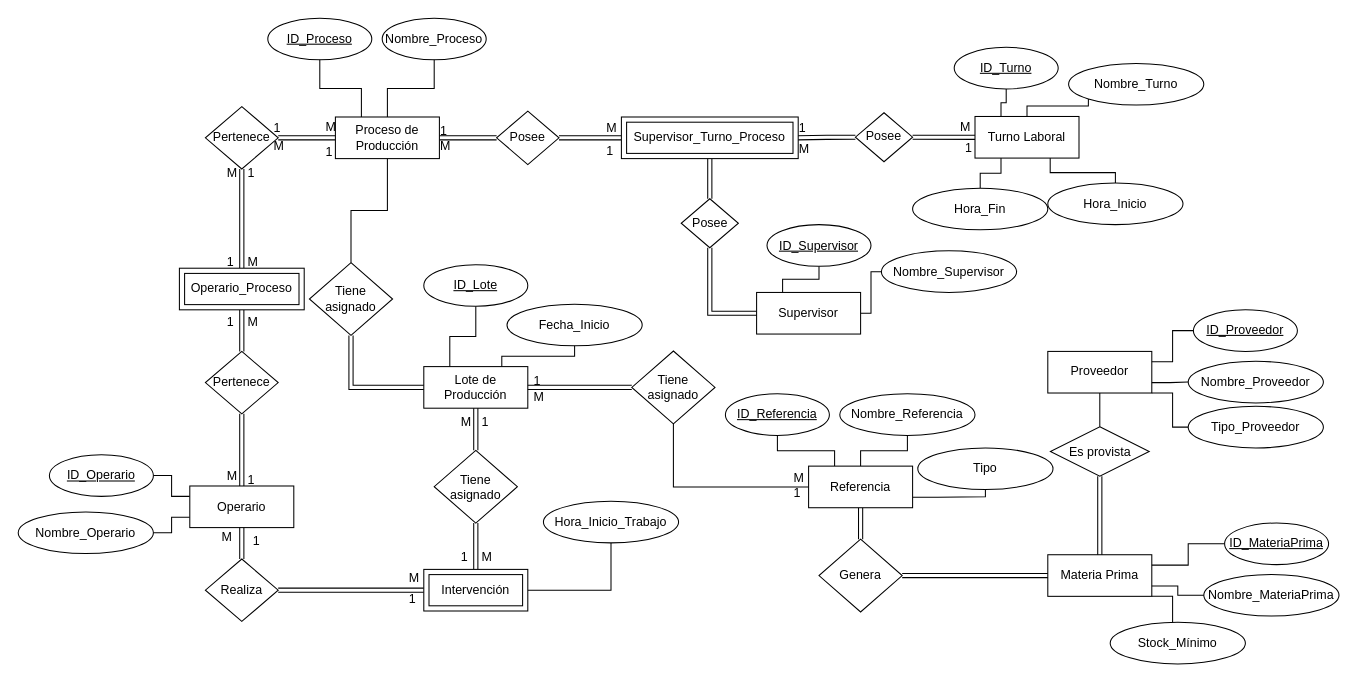
The draw.io diagram page "Modelo Entidad Relación (Conceptual)" (1 of 3) of Caso de estudio Pepitas S.A/Pepitas S.A.drawio in jcagudelo12/DB_Administration, before the edit. Source tidied: cells renumbered, new cells numbered last; positions are measured from the earlier drawing's top-left corner, leaving out a move shared by most shapes. Both pictures are drawn from the tidied source at 104%, with x=0, y=0 at pixel (18, 18).
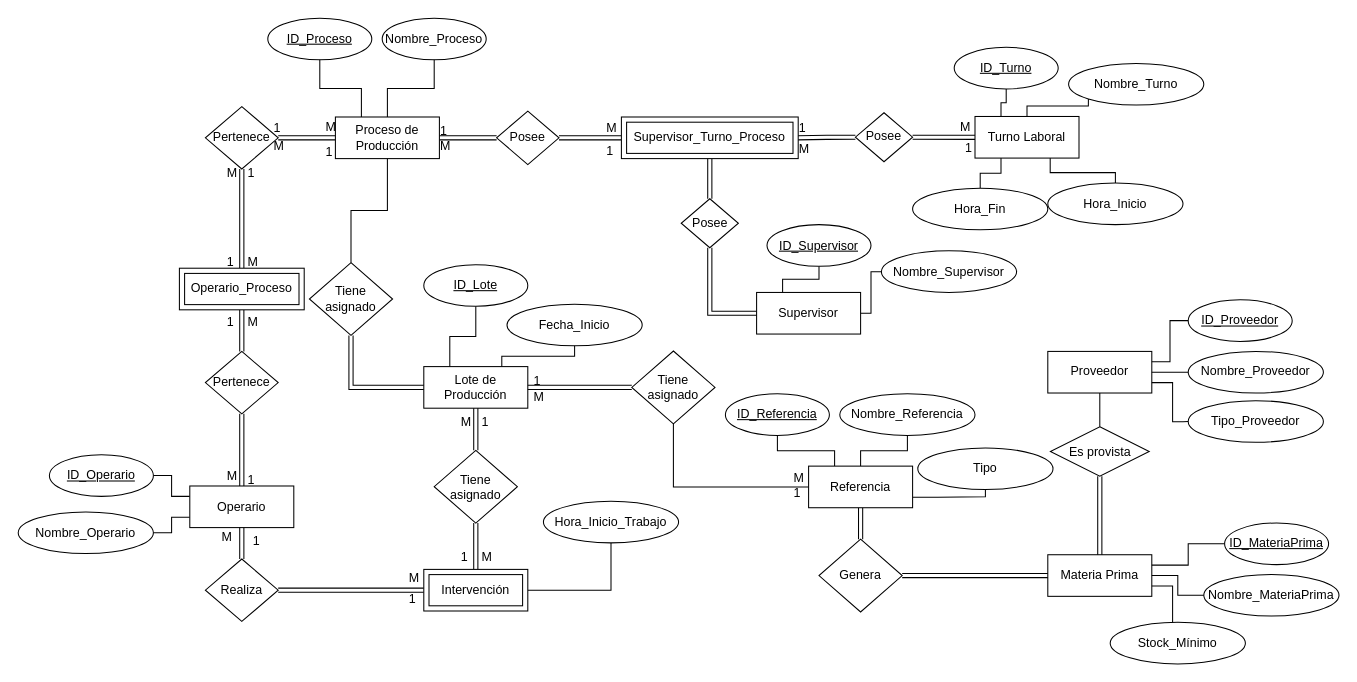
The same diagram, later.

Commit message:
Actualizar Pepitas S.A

The change refers to these unchanged cells:
```xml
<mxCell id="33" value="Materia Prima" style="whiteSpace=wrap;html=1;align=center;strokeWidth=1;" parent="1" vertex="1">
  <mxGeometry x="990" y="515.9" width="100" height="40" as="geometry" />
</mxCell>
<mxCell id="34" value="Nombre_MateriaPrima" style="ellipse;whiteSpace=wrap;html=1;align=center;strokeWidth=1;" parent="1" vertex="1">
  <mxGeometry x="1140" y="534.9" width="130" height="40" as="geometry" />
</mxCell>
<mxCell id="39" value="Stock_Mínimo" style="ellipse;whiteSpace=wrap;html=1;align=center;strokeWidth=1;" parent="1" vertex="1">
  <mxGeometry x="1050" y="580.9" width="130" height="40" as="geometry" />
</mxCell>
<mxCell id="40" value="Proveedor" style="whiteSpace=wrap;html=1;align=center;strokeWidth=1;" parent="1" vertex="1">
  <mxGeometry x="990" y="320.4" width="100" height="40" as="geometry" />
</mxCell>
```

Diff of the diagram source:
```diff
@@
-    <mxCell id="36" style="endArrow=none;html=1;rounded=0;exitX=1;exitY=0.75;exitDx=0;exitDy=0;entryX=0;entryY=0.5;entryDx=0;entryDy=0;edgeStyle=orthogonalEdgeStyle;" parent="1" edge="1" source="33" target="34">
+    <mxCell id="36" style="endArrow=none;html=1;rounded=0;exitX=1;exitY=0.5;exitDx=0;exitDy=0;entryX=0;entryY=0.5;entryDx=0;entryDy=0;edgeStyle=orthogonalEdgeStyle;" parent="1" edge="1" source="33" target="34">
       <mxGeometry relative="1" as="geometry" />
     </mxCell>
@@
-    <mxCell id="38" style="endArrow=none;html=1;rounded=0;exitX=1;exitY=1;exitDx=0;exitDy=0;entryX=0.5;entryY=0;entryDx=0;entryDy=0;edgeStyle=orthogonalEdgeStyle;" parent="1" edge="1" source="33" target="39">
+    <mxCell id="38" style="endArrow=none;html=1;rounded=0;exitX=1;exitY=0.75;exitDx=0;exitDy=0;entryX=0.5;entryY=0;entryDx=0;entryDy=0;edgeStyle=orthogonalEdgeStyle;" parent="1" edge="1" source="33" target="39">
       <mxGeometry relative="1" as="geometry">
         <Array as="points">
-          <mxPoint x="1110" y="555.4" />
-          <mxPoint x="1110" y="585.4" />
+          <mxPoint x="1110" y="546" />
+          <mxPoint x="1110" y="585" />
+          <mxPoint x="1115" y="585" />
         </Array>
       </mxGeometry>
     </mxCell>
@@
     <mxCell id="41" value="Nombre_Proveedor" style="ellipse;whiteSpace=wrap;html=1;align=center;strokeWidth=1;" parent="1" vertex="1">
-      <mxGeometry x="1125" y="329.9" width="130" height="40" as="geometry" />
+      <mxGeometry x="1125" y="320.4" width="130" height="40" as="geometry" />
     </mxCell>
@@
-    <mxCell id="43" style="endArrow=none;html=1;rounded=0;exitX=1;exitY=0.75;exitDx=0;exitDy=0;entryX=0;entryY=0.5;entryDx=0;entryDy=0;edgeStyle=orthogonalEdgeStyle;" parent="1" edge="1" source="40" target="41">
+    <mxCell id="43" style="endArrow=none;html=1;rounded=0;exitX=1;exitY=0.5;exitDx=0;exitDy=0;entryX=0;entryY=0.5;entryDx=0;entryDy=0;edgeStyle=orthogonalEdgeStyle;" parent="1" edge="1" source="40" target="41">
       <mxGeometry relative="1" as="geometry" />
     </mxCell>
     <mxCell id="44" value="ID_Proveedor " style="ellipse;whiteSpace=wrap;html=1;align=center;fontStyle=4;strokeWidth=1;" parent="1" vertex="1">
-      <mxGeometry x="1130" y="280.4" width="100" height="40" as="geometry" />
+      <mxGeometry x="1125" y="270.8" width="100" height="40" as="geometry" />
     </mxCell>
-    <mxCell id="45" style="endArrow=none;html=1;rounded=0;entryX=0;entryY=0.5;entryDx=0;entryDy=0;edgeStyle=orthogonalEdgeStyle;exitX=1;exitY=1;exitDx=0;exitDy=0;" parent="1" edge="1" source="40" target="46">
+    <mxCell id="45" style="endArrow=none;html=1;rounded=0;entryX=0;entryY=0.5;entryDx=0;entryDy=0;edgeStyle=orthogonalEdgeStyle;exitX=1;exitY=0.75;exitDx=0;exitDy=0;" parent="1" edge="1" source="40" target="46">
       <mxGeometry relative="1" as="geometry">
         <Array as="points">
-          <mxPoint x="1110" y="360.4" />
-          <mxPoint x="1110" y="393.4" />
+          <mxPoint x="1110" y="350" />
+          <mxPoint x="1110" y="388" />
+          <mxPoint x="1120" y="388" />
         </Array>
       </mxGeometry>
     </mxCell>
     <mxCell id="46" value="Tipo_Proveedor " style="ellipse;whiteSpace=wrap;html=1;align=center;strokeWidth=1;" parent="1" vertex="1">
-      <mxGeometry x="1125" y="373.2" width="130" height="40" as="geometry" />
+      <mxGeometry x="1125" y="367.8" width="130" height="40" as="geometry" />
     </mxCell>
```
